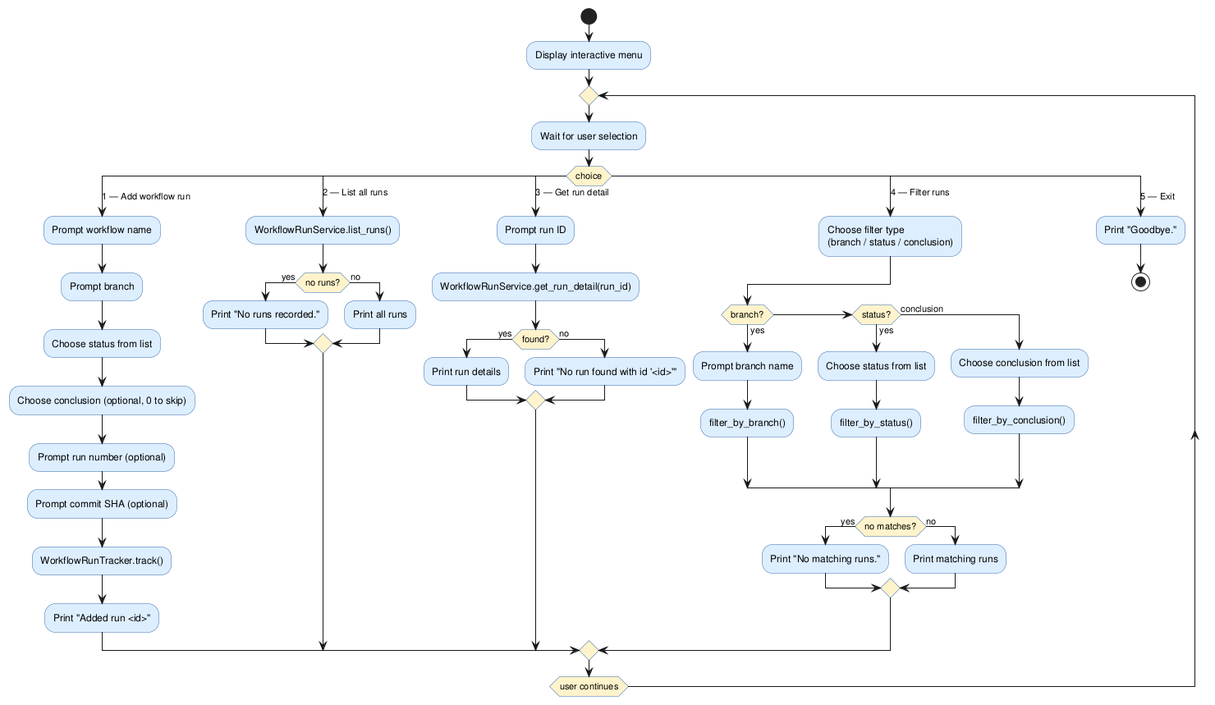
Earlier version of the PlantUML export experiments/broadcast/user_stories/github-workflow-manager/artifacts/activity_diagram_interactive.png (DanielRiha8906/Software_autoevolution_using_agents).
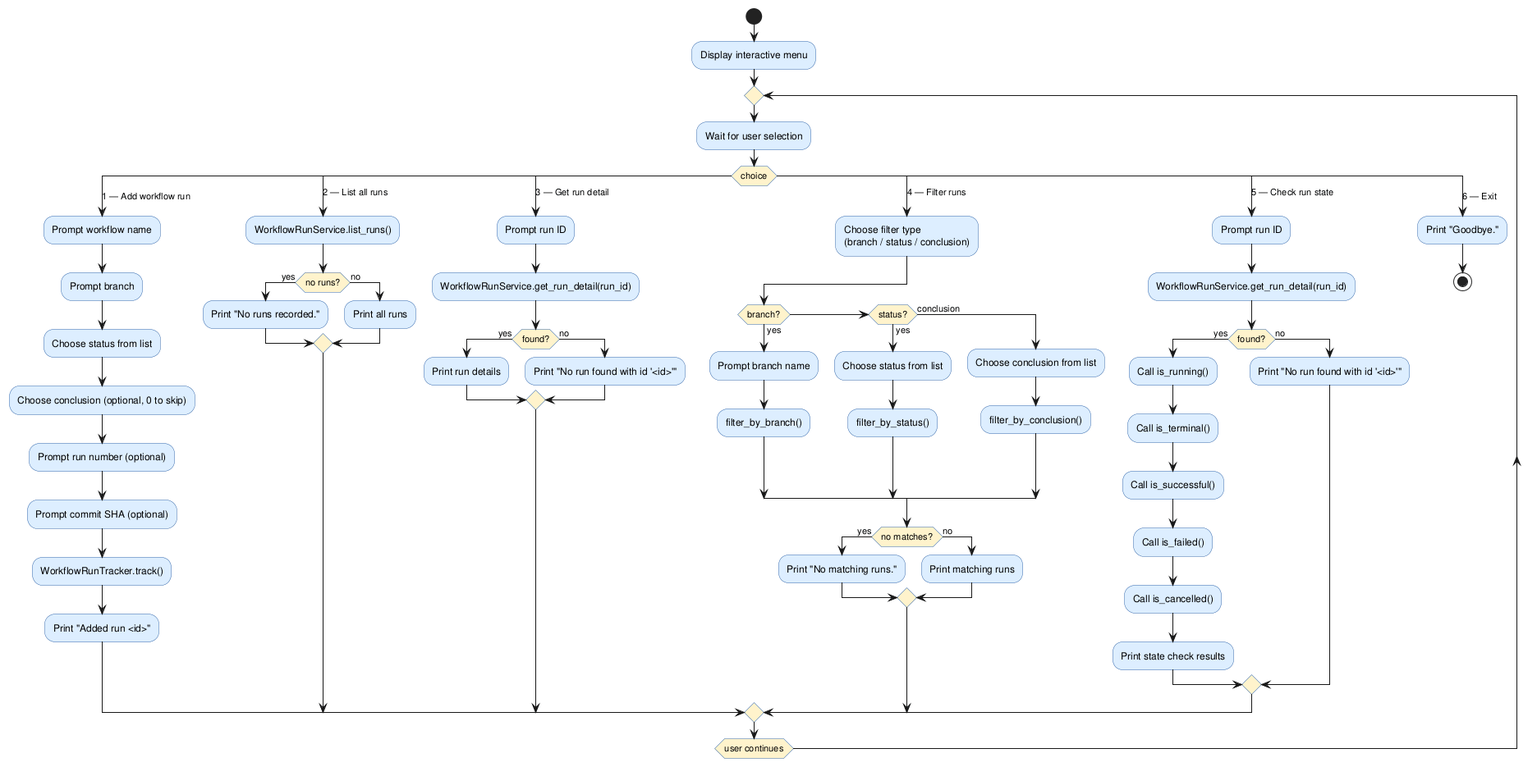
Above is the later version.

The edit, as a diff of the source:
```diff
@@ -59,7 +59,21 @@
         :Print matching runs;
       endif
 
-    case (5 — Exit)
+    case (5 — Check run state)
+      :Prompt run ID;
+      :WorkflowRunService.get_run_detail(run_id);
+      if (found?) then (yes)
+        :Call is_running();
+        :Call is_terminal();
+        :Call is_successful();
+        :Call is_failed();
+        :Call is_cancelled();
+        :Print state check results;
+      else (no)
+        :Print "No run found with id '<id>'";
+      endif
+
+    case (6 — Exit)
       :Print "Goodbye.";
       stop
 
```
